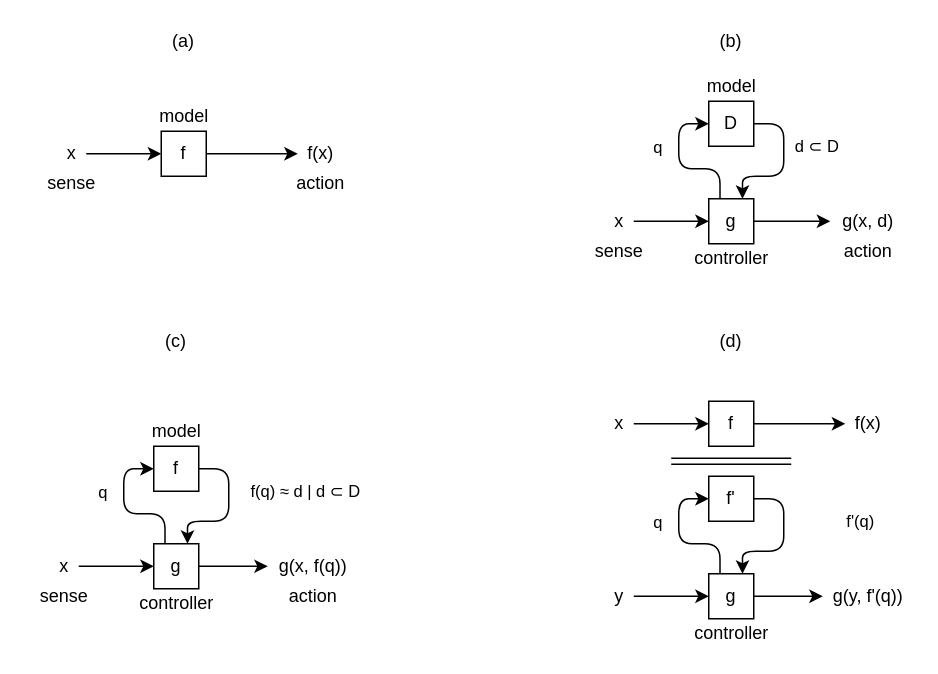
This is page "models" (2 of 6) of files/Paper-on-Loops-in-AI-and-Consciousness.drawio from malcolmlett/malcolmlett.github.io, a draw.io file, before an edit. Source tidied: cells renumbered, new cells numbered last; positions are measured from the earlier drawing's top-left corner, leaving out a move shared by most shapes. Both pictures are drawn from the tidied source at 150%, with x=0, y=0 at pixel (26, 26).
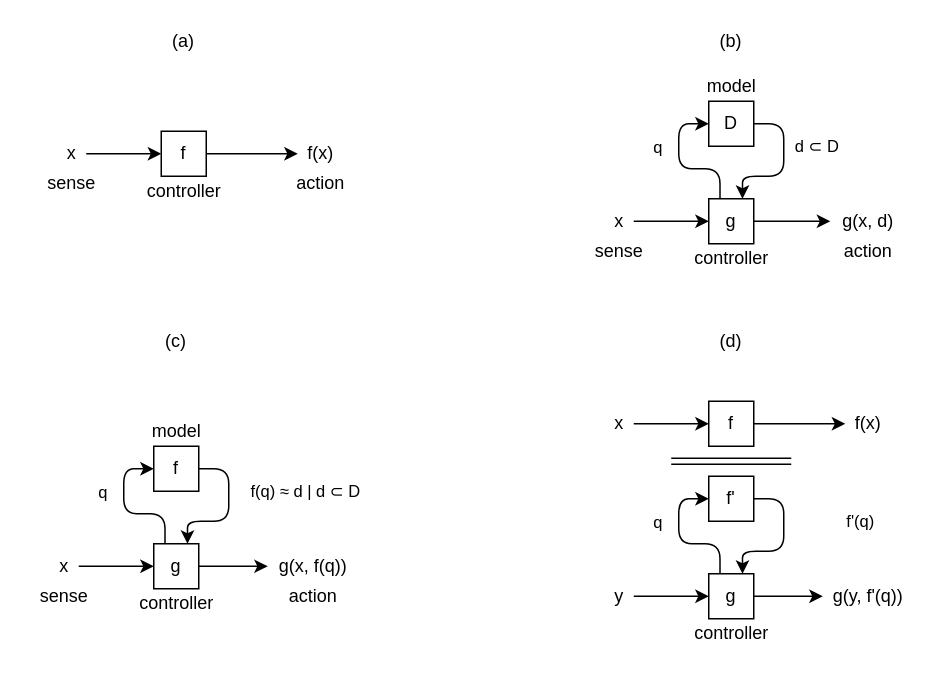
Above is the later version.

Change to the diagram source:
```diff
@@
-    <mxCell id="26" value="model" style="text;html=1;align=center;verticalAlign=middle;fontFamily=Helvetica;" parent="1" vertex="1">
-      <mxGeometry x="80" y="50" width="50" height="20" as="geometry" />
+    <mxCell id="26" value="controller" style="text;html=1;align=center;verticalAlign=middle;fontFamily=Helvetica;" parent="1" vertex="1">
+      <mxGeometry x="70" y="100" width="70" height="20" as="geometry" />
     </mxCell>
```
